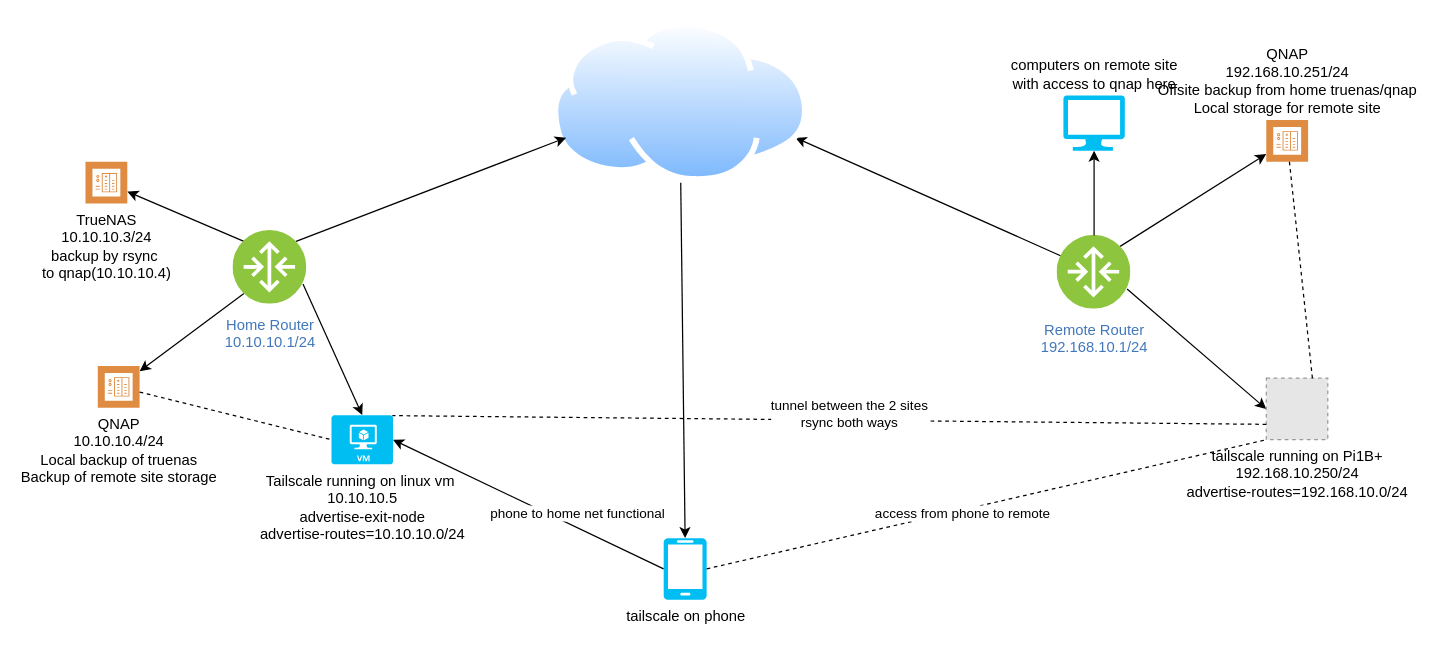
Lhtrf/drawio keeps this draw.io diagram as tailnet.drawio. Above is the earlier version. Source tidied: cells renumbered, new cells numbered last; positions are measured from the earlier drawing's top-left corner, leaving out a move shared by most shapes. Both pictures are drawn from the tidied source at 123%, with x=0, y=0 at pixel (85, 21). Pictures stored in the file or linked from it are replaced by grey dashed boxes.
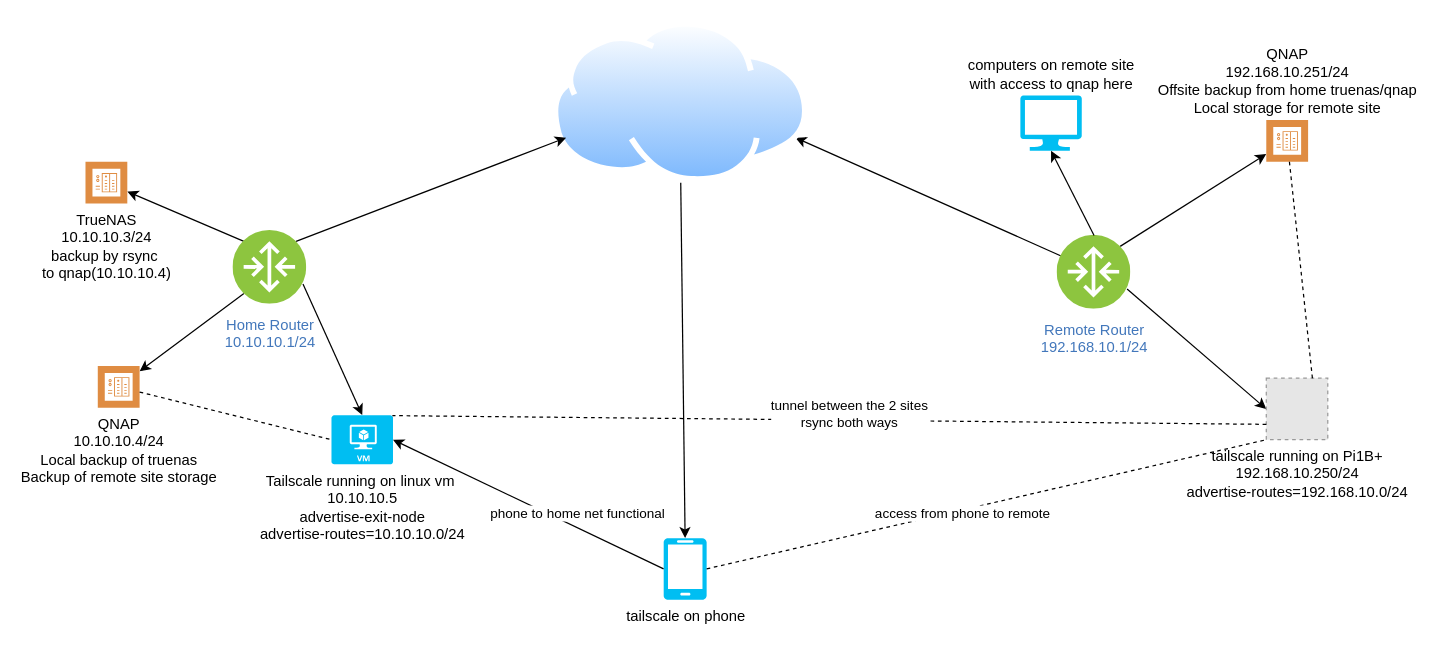
The same page after the edit.

Unchanged cells that the change refers to:
```xml
<mxCell id="8" value="&lt;div&gt;Remote Router&lt;/div&gt;&lt;div&gt;192.168.10.1/24&lt;br&gt;&lt;/div&gt;" style="image;perimeter=ellipsePerimeter;html=1;align=center;shadow=0;dashed=0;fontColor=#4277BB;labelBackgroundColor=default;fontSize=12;spacingTop=3;image=img/lib/ibm/vpc/Router.svg;" parent="1" vertex="1">
  <mxGeometry x="790" y="174" width="60" height="60" as="geometry" />
</mxCell>
```

The edit, as a diff of the source:
```diff
@@
     <mxCell id="27" value="&lt;div&gt;computers on remote site&lt;/div&gt;&lt;div&gt;with access to qnap here&lt;br&gt;&lt;/div&gt;" style="verticalLabelPosition=top;html=1;verticalAlign=bottom;align=center;strokeColor=none;fillColor=#00BEF2;shape=mxgraph.azure.computer;labelPosition=center;" parent="1" vertex="1">
-      <mxGeometry x="795" y="60" width="50" height="45" as="geometry" />
+      <mxGeometry x="760" y="60" width="50" height="45" as="geometry" />
     </mxCell>
-    <mxCell id="28" style="edgeStyle=orthogonalEdgeStyle;rounded=0;jettySize=auto;html=1;exitX=0.5;exitY=0;exitDx=0;exitDy=0;entryX=0.5;entryY=1;entryDx=0;entryDy=0;entryPerimeter=0;" parent="1" edge="1" source="8" target="27">
+    <mxCell id="28" style="rounded=0;jettySize=auto;html=1;exitX=0.5;exitY=0;exitDx=0;exitDy=0;entryX=0.5;entryY=1;entryDx=0;entryDy=0;entryPerimeter=0;" parent="1" edge="1" source="8" target="27">
       <mxGeometry relative="1" as="geometry" />
     </mxCell>
```
